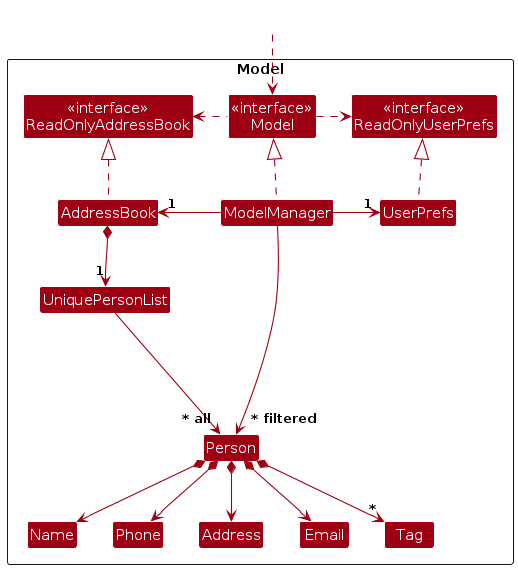
Before: diagrams/ModelClassDiagram.png, a diagram exported from PlantUML (AY2627S1-CS2103T-T10-2/tp). Its source is kept beside it as diagrams/ModelClassDiagram.puml.
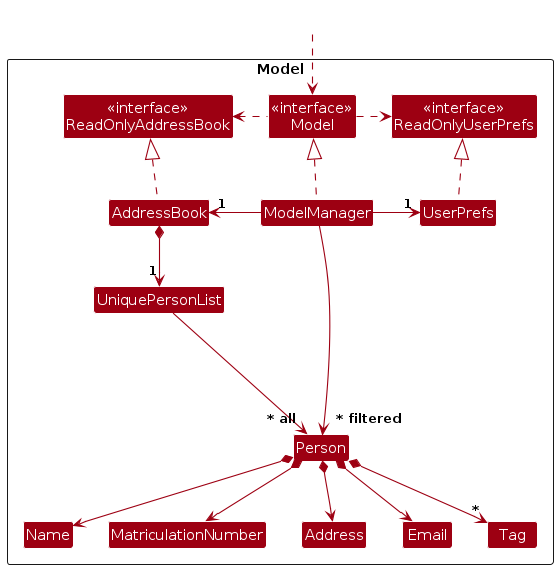
Later version of the same file.

What changed in the source:
```diff
@@ -17,7 +17,7 @@
 Class Address
 Class Email
 Class Name
-Class Phone
+Class MatriculationNumber
 Class Tag
 
 Class I #FFFFFF
@@ -38,7 +38,7 @@
 AddressBook *--> "1" UniquePersonList
 UniquePersonList --> "~* all" Person
 Person *--> Name
-Person *--> Phone
+Person *--> MatriculationNumber
 Person *--> Email
 Person *--> Address
 Person *--> "*" Tag
@@ -46,8 +46,8 @@
 Person -[hidden]up--> I
 UniquePersonList -[hidden]right-> I
 
-Name -[hidden]right-> Phone
-Phone -[hidden]right-> Address
+Name -[hidden]right-> MatriculationNumber
+MatriculationNumber -[hidden]right-> Address
 Address -[hidden]right-> Email
 
 ModelManager --> "~* filtered" Person
```
